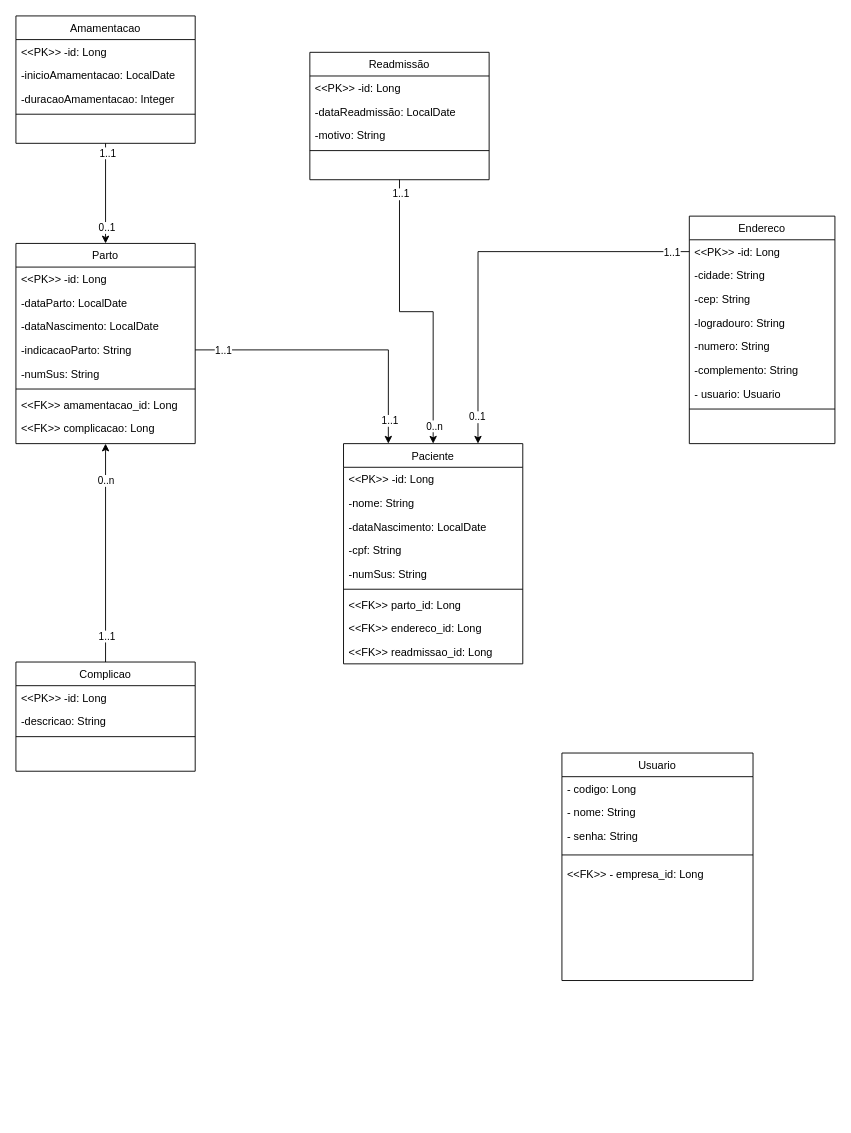
Emerson66/back_hminsn keeps this draw.io diagram as neonatal - diagrama de classe.drawio. Above is the earlier version. Source tidied: cells renumbered, new cells numbered last; positions are measured from the earlier drawing's top-left corner, leaving out a move shared by most shapes. Both pictures are drawn from the tidied source at 91%, with x=0, y=0 at pixel (15, 15).
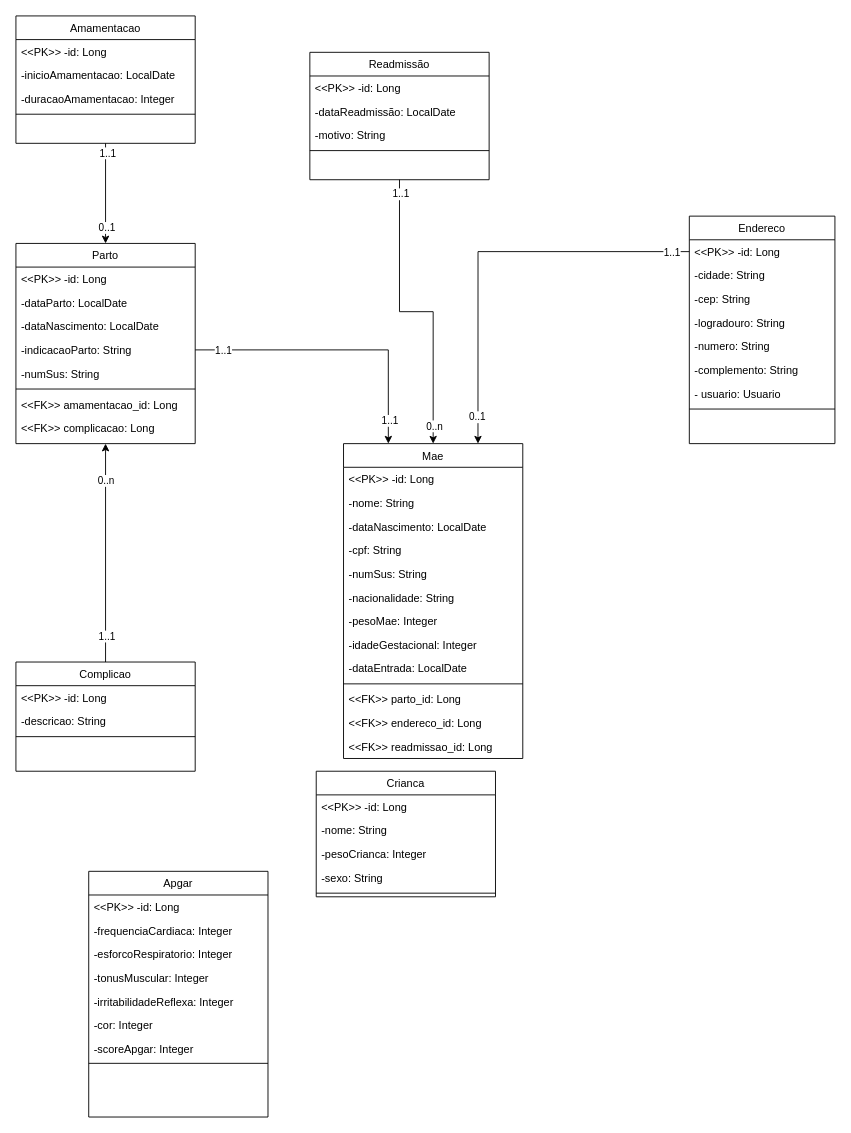
Above is the later version.

What changed in the source:
```diff
@@
-    <mxCell id="2" value="Usuario" style="swimlane;fontStyle=0;align=center;verticalAlign=top;horizontal=1;startSize=26;rounded=0;shadow=0;strokeWidth=1;" parent="1" vertex="1">
-      <mxGeometry x="600" y="810" width="210" height="250" as="geometry" />
-    </mxCell>
-    <mxCell id="3" value="- codigo: Long" style="text;align=left;verticalAlign=top;spacingLeft=4;spacingRight=4;overflow=hidden;" parent="2" vertex="1">
-      <mxGeometry y="26" width="210" height="26" as="geometry" />
-    </mxCell>
-    <mxCell id="4" value="- nome: String" style="text;strokeColor=none;fillColor=none;align=left;verticalAlign=top;spacingLeft=4;spacingRight=4;overflow=hidden;whiteSpace=wrap;html=1;" parent="2" vertex="1">
-      <mxGeometry y="52" width="210" height="26" as="geometry" />
-    </mxCell>
-    <mxCell id="5" value="- senha: String" style="text;strokeColor=none;fillColor=none;align=left;verticalAlign=top;spacingLeft=4;spacingRight=4;overflow=hidden;whiteSpace=wrap;html=1;" parent="2" vertex="1">
-      <mxGeometry y="78" width="210" height="26" as="geometry" />
-    </mxCell>
-    <mxCell id="6" style="line;strokeWidth=1;fillColor=none;align=left;verticalAlign=middle;spacingTop=-1;spacingLeft=3;spacingRight=3;labelPosition=right;strokeColor=inherit;" parent="2" vertex="1">
-      <mxGeometry y="104" width="210" height="16" as="geometry" />
-    </mxCell>
-    <mxCell id="7" value="&amp;lt;&amp;lt;FK&amp;gt;&amp;gt; - empresa_id: Long" style="text;strokeColor=none;fillColor=none;align=left;verticalAlign=top;spacingLeft=4;spacingRight=4;overflow=hidden;whiteSpace=wrap;html=1;" parent="2" vertex="1">
-      <mxGeometry y="120" width="210" height="26" as="geometry" />
-    </mxCell>
-    <mxCell id="8" value="Paciente" style="swimlane;fontStyle=0;align=center;verticalAlign=top;horizontal=1;startSize=26;rounded=0;shadow=0;strokeWidth=1;" parent="1" vertex="1">
-      <mxGeometry x="360" y="470" width="197" height="242" as="geometry" />
+    <mxCell id="8" value="Mae" style="swimlane;fontStyle=0;align=center;verticalAlign=top;horizontal=1;startSize=26;rounded=0;shadow=0;strokeWidth=1;" parent="1" vertex="1">
+      <mxGeometry x="360" y="470" width="197" height="346" as="geometry" />
     </mxCell>
@@
+    <mxCell id="65" value="-nacionalidade: String" style="text;align=left;verticalAlign=top;spacingLeft=4;spacingRight=4;overflow=hidden;rounded=0;shadow=0;html=0;" parent="8" vertex="1">
+      <mxGeometry y="156" width="197" height="26" as="geometry" />
+    </mxCell>
+    <mxCell id="66" value="-pesoMae: Integer" style="text;align=left;verticalAlign=top;spacingLeft=4;spacingRight=4;overflow=hidden;rounded=0;shadow=0;html=0;" parent="8" vertex="1">
+      <mxGeometry y="182" width="197" height="26" as="geometry" />
+    </mxCell>
+    <mxCell id="67" value="-idadeGestacional: Integer" style="text;align=left;verticalAlign=top;spacingLeft=4;spacingRight=4;overflow=hidden;rounded=0;shadow=0;html=0;" parent="8" vertex="1">
+      <mxGeometry y="208" width="197" height="26" as="geometry" />
+    </mxCell>
+    <mxCell id="68" value="-dataEntrada: LocalDate" style="text;align=left;verticalAlign=top;spacingLeft=4;spacingRight=4;overflow=hidden;rounded=0;shadow=0;html=0;" parent="8" vertex="1">
+      <mxGeometry y="234" width="197" height="26" as="geometry" />
+    </mxCell>
     <mxCell id="14" style="line;strokeWidth=1;fillColor=none;align=left;verticalAlign=middle;spacingTop=-1;spacingLeft=3;spacingRight=3;labelPosition=right;strokeColor=inherit;" parent="8" vertex="1">
-      <mxGeometry y="156" width="197" height="8" as="geometry" />
+      <mxGeometry y="260" width="197" height="8" as="geometry" />
     </mxCell>
     <mxCell id="15" value="&amp;lt;&amp;lt;FK&amp;gt;&amp;gt; parto_id: Long" style="text;strokeColor=none;fillColor=none;align=left;verticalAlign=top;spacingLeft=4;spacingRight=4;overflow=hidden;whiteSpace=wrap;html=1;" parent="8" vertex="1">
-      <mxGeometry y="164" width="197" height="26" as="geometry" />
+      <mxGeometry y="268" width="197" height="26" as="geometry" />
     </mxCell>
     <mxCell id="16" value="&amp;lt;&amp;lt;FK&amp;gt;&amp;gt; endereco_id: Long" style="text;strokeColor=none;fillColor=none;align=left;verticalAlign=top;spacingLeft=4;spacingRight=4;overflow=hidden;whiteSpace=wrap;html=1;" parent="8" vertex="1">
-      <mxGeometry y="190" width="197" height="26" as="geometry" />
+      <mxGeometry y="294" width="197" height="26" as="geometry" />
     </mxCell>
     <mxCell id="17" value="&amp;lt;&amp;lt;FK&amp;gt;&amp;gt; readmissao_id&lt;span style=&quot;background-color: initial;&quot;&gt;: Long&lt;/span&gt;" style="text;strokeColor=none;fillColor=none;align=left;verticalAlign=top;spacingLeft=4;spacingRight=4;overflow=hidden;whiteSpace=wrap;html=1;" parent="8" vertex="1">
-      <mxGeometry y="216" width="197" height="26" as="geometry" />
+      <mxGeometry y="320" width="197" height="26" as="geometry" />
     </mxCell>
@@
+    <mxCell id="69" value="Crianca" style="swimlane;fontStyle=0;align=center;verticalAlign=top;horizontal=1;startSize=26;rounded=0;shadow=0;strokeWidth=1;" parent="1" vertex="1">
+      <mxGeometry x="330" y="830" width="197" height="138" as="geometry" />
+    </mxCell>
+    <mxCell id="70" value="&lt;&lt;PK&gt;&gt; -id: Long   " style="text;align=left;verticalAlign=top;spacingLeft=4;spacingRight=4;overflow=hidden;" parent="69" vertex="1">
+      <mxGeometry y="26" width="197" height="26" as="geometry" />
+    </mxCell>
+    <mxCell id="71" value="-nome: String" style="text;align=left;verticalAlign=top;spacingLeft=4;spacingRight=4;overflow=hidden;rounded=0;shadow=0;html=0;" parent="69" vertex="1">
+      <mxGeometry y="52" width="197" height="26" as="geometry" />
+    </mxCell>
+    <mxCell id="72" value="-pesoCrianca: Integer" style="text;align=left;verticalAlign=top;spacingLeft=4;spacingRight=4;overflow=hidden;rounded=0;shadow=0;html=0;" parent="69" vertex="1">
+      <mxGeometry y="78" width="197" height="26" as="geometry" />
+    </mxCell>
+    <mxCell id="73" value="-sexo: String" style="text;align=left;verticalAlign=top;spacingLeft=4;spacingRight=4;overflow=hidden;rounded=0;shadow=0;html=0;" parent="69" vertex="1">
+      <mxGeometry y="104" width="197" height="26" as="geometry" />
+    </mxCell>
+    <mxCell id="74" style="line;strokeWidth=1;fillColor=none;align=left;verticalAlign=middle;spacingTop=-1;spacingLeft=3;spacingRight=3;labelPosition=right;strokeColor=inherit;" parent="69" vertex="1">
+      <mxGeometry y="130" width="197" height="8" as="geometry" />
+    </mxCell>
+    <mxCell id="75" value="Apgar" style="swimlane;fontStyle=0;align=center;verticalAlign=top;horizontal=1;startSize=26;rounded=0;shadow=0;strokeWidth=1;" parent="1" vertex="1">
+      <mxGeometry x="80" y="940" width="197" height="270" as="geometry" />
+    </mxCell>
+    <mxCell id="76" value="&lt;&lt;PK&gt;&gt; -id: Long   " style="text;align=left;verticalAlign=top;spacingLeft=4;spacingRight=4;overflow=hidden;" parent="75" vertex="1">
+      <mxGeometry y="26" width="197" height="26" as="geometry" />
+    </mxCell>
+    <mxCell id="77" value="-frequenciaCardiaca: Integer" style="text;align=left;verticalAlign=top;spacingLeft=4;spacingRight=4;overflow=hidden;rounded=0;shadow=0;html=0;" parent="75" vertex="1">
+      <mxGeometry y="52" width="197" height="26" as="geometry" />
+    </mxCell>
+    <mxCell id="78" value="-esforcoRespiratorio: Integer" style="text;align=left;verticalAlign=top;spacingLeft=4;spacingRight=4;overflow=hidden;rounded=0;shadow=0;html=0;" parent="75" vertex="1">
+      <mxGeometry y="78" width="197" height="26" as="geometry" />
+    </mxCell>
+    <mxCell id="79" value="-tonusMuscular: Integer" style="text;align=left;verticalAlign=top;spacingLeft=4;spacingRight=4;overflow=hidden;rounded=0;shadow=0;html=0;" parent="75" vertex="1">
+      <mxGeometry y="104" width="197" height="26" as="geometry" />
+    </mxCell>
+    <mxCell id="80" value="-irritabilidadeReflexa: Integer" style="text;align=left;verticalAlign=top;spacingLeft=4;spacingRight=4;overflow=hidden;rounded=0;shadow=0;html=0;" parent="75" vertex="1">
+      <mxGeometry y="130" width="197" height="26" as="geometry" />
+    </mxCell>
+    <mxCell id="81" value="-cor: Integer" style="text;align=left;verticalAlign=top;spacingLeft=4;spacingRight=4;overflow=hidden;rounded=0;shadow=0;html=0;" parent="75" vertex="1">
+      <mxGeometry y="156" width="197" height="26" as="geometry" />
+    </mxCell>
+    <mxCell id="82" value="-scoreApgar: Integer" style="text;align=left;verticalAlign=top;spacingLeft=4;spacingRight=4;overflow=hidden;rounded=0;shadow=0;html=0;" parent="75" vertex="1">
+      <mxGeometry y="182" width="197" height="26" as="geometry" />
+    </mxCell>
+    <mxCell id="83" style="line;strokeWidth=1;fillColor=none;align=left;verticalAlign=middle;spacingTop=-1;spacingLeft=3;spacingRight=3;labelPosition=right;strokeColor=inherit;" parent="75" vertex="1">
+      <mxGeometry y="208" width="197" height="6" as="geometry" />
+    </mxCell>
```
